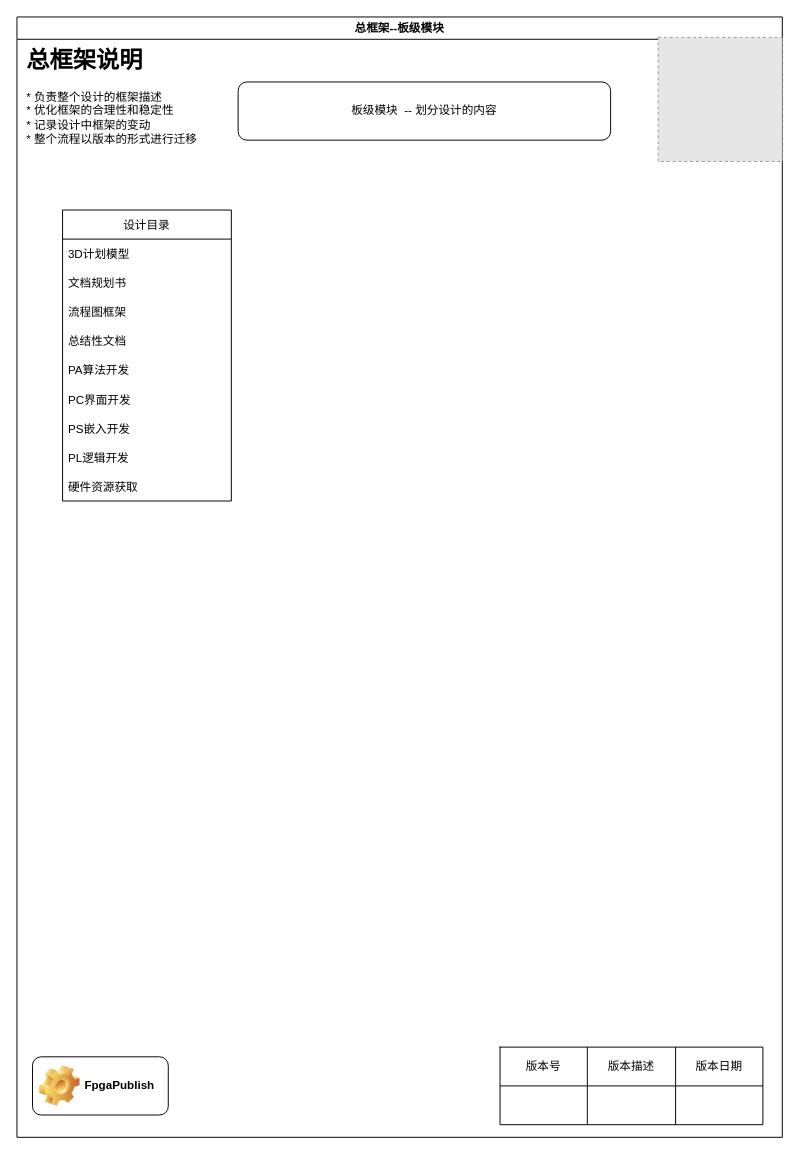
This is page "目录" (1 of 3) of smart_eye_uexec_flow/smart_eye_flow_manual.drawio from FpgaPublish/k2_smart_eye, a draw.io file, before an edit. Source tidied: cells renumbered, new cells numbered last; positions are measured from the earlier drawing's top-left corner, leaving out a move shared by most shapes. Both pictures are drawn from the tidied source at 97%, with x=0, y=0 at pixel (16, 16). Pictures stored in the file or linked from it are replaced by grey dashed boxes.
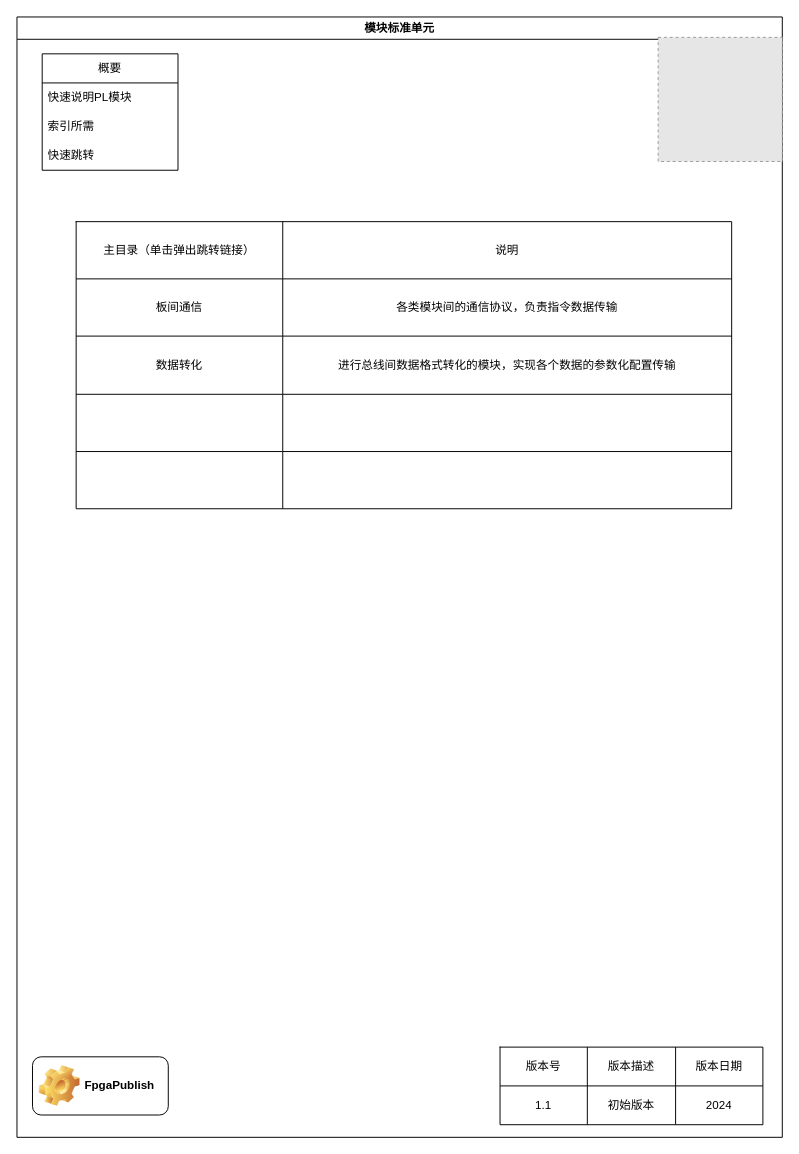
The same diagram, later.

The change refers to these unchanged cells:
```xml
<mxCell id="10" style="shape=tableRow;horizontal=0;startSize=0;swimlaneHead=0;swimlaneBody=0;top=0;left=0;bottom=0;right=0;fillColor=none;" parent="5" vertex="1">
  <mxGeometry y="40" width="271" height="40" as="geometry" />
</mxCell>
```

Change to the diagram source:
```diff
@@
-    <mxCell id="2" value="总框架--板级模块" style="swimlane;" parent="1" vertex="1">
+    <mxCell id="2" value="模块标准单元" style="swimlane;" parent="1" vertex="1">
       <mxGeometry width="789" height="1155" as="geometry" />
     </mxCell>
-    <mxCell id="3" value="&lt;h1&gt;总框架说明&lt;/h1&gt;&lt;div&gt;* 负责整个设计的框架描述&lt;/div&gt;&lt;div&gt;* 优化框架的合理性和稳定性&lt;/div&gt;&lt;div&gt;* 记录设计中框架的变动&lt;/div&gt;&lt;div&gt;* 整个流程以版本的形式进行迁移&lt;/div&gt;" style="text;html=1;strokeColor=none;fillColor=none;spacing=5;spacingTop=-20;whiteSpace=wrap;overflow=hidden;rounded=0;" parent="2" vertex="1">
-      <mxGeometry x="5" y="25" width="190" height="120" as="geometry" />
-    </mxCell>
@@
-    <mxCell id="11" style="shape=partialRectangle;html=1;whiteSpace=wrap;overflow=hidden;fillColor=none;top=0;left=0;bottom=0;right=0;" parent="10" vertex="1">
+    <mxCell id="11" value="1.1" style="shape=partialRectangle;html=1;whiteSpace=wrap;overflow=hidden;fillColor=none;top=0;left=0;bottom=0;right=0;" parent="10" vertex="1">
       <mxGeometry width="90" height="40" as="geometry" />
     </mxCell>
-    <mxCell id="12" style="shape=partialRectangle;html=1;whiteSpace=wrap;overflow=hidden;fillColor=none;top=0;left=0;bottom=0;right=0;" parent="10" vertex="1">
+    <mxCell id="12" value="初始版本" style="shape=partialRectangle;html=1;whiteSpace=wrap;overflow=hidden;fillColor=none;top=0;left=0;bottom=0;right=0;" parent="10" vertex="1">
       <mxGeometry x="90" width="91" height="40" as="geometry" />
     </mxCell>
-    <mxCell id="13" style="shape=partialRectangle;html=1;whiteSpace=wrap;overflow=hidden;fillColor=none;top=0;left=0;bottom=0;right=0;" parent="10" vertex="1">
+    <mxCell id="13" value="2024" style="shape=partialRectangle;html=1;whiteSpace=wrap;overflow=hidden;fillColor=none;top=0;left=0;bottom=0;right=0;" parent="10" vertex="1">
       <mxGeometry x="181" width="90" height="40" as="geometry" />
     </mxCell>
@@
-    <mxCell id="15" value="设计目录" style="swimlane;fontStyle=0;horizontal=1;startSize=30;" parent="2" vertex="1">
-      <mxGeometry x="47" y="199" width="174" height="300" as="geometry" />
-    </mxCell>
-    <mxCell id="16" value="3D计划模型" style="text;strokeColor=none;fillColor=none;align=left;verticalAlign=middle;spacingLeft=4;spacingRight=4;overflow=hidden;" parent="15" vertex="1">
-      <mxGeometry y="30" width="174" height="30" as="geometry" />
-    </mxCell>
-    <mxCell id="17" value="文档规划书" style="text;strokeColor=none;fillColor=none;align=left;verticalAlign=middle;spacingLeft=4;spacingRight=4;overflow=hidden;" parent="15" vertex="1">
-      <mxGeometry y="60" width="174" height="30" as="geometry" />
-    </mxCell>
-    <mxCell id="18" value="流程图框架" style="text;strokeColor=none;fillColor=none;align=left;verticalAlign=middle;spacingLeft=4;spacingRight=4;overflow=hidden;" parent="15" vertex="1">
-      <mxGeometry y="90" width="174" height="30" as="geometry" />
-    </mxCell>
-    <mxCell id="19" value="总结性文档" style="text;strokeColor=none;fillColor=none;align=left;verticalAlign=middle;spacingLeft=4;spacingRight=4;overflow=hidden;" parent="15" vertex="1">
-      <mxGeometry y="120" width="174" height="30" as="geometry" />
-    </mxCell>
-    <mxCell id="20" value="PA算法开发" style="text;strokeColor=none;fillColor=none;align=left;verticalAlign=middle;spacingLeft=4;spacingRight=4;overflow=hidden;" parent="15" vertex="1">
-      <mxGeometry y="150" width="174" height="30" as="geometry" />
-    </mxCell>
-    <mxCell id="21" value="PC界面开发" style="text;strokeColor=none;fillColor=none;align=left;verticalAlign=middle;spacingLeft=4;spacingRight=4;overflow=hidden;" parent="15" vertex="1">
-      <mxGeometry y="180" width="174" height="30" as="geometry" />
-    </mxCell>
-    <mxCell id="22" value="PS嵌入开发" style="text;strokeColor=none;fillColor=none;align=left;verticalAlign=middle;spacingLeft=4;spacingRight=4;overflow=hidden;" parent="15" vertex="1">
-      <mxGeometry y="210" width="174" height="30" as="geometry" />
-    </mxCell>
-    <mxCell id="23" value="PL逻辑开发" style="text;strokeColor=none;fillColor=none;align=left;verticalAlign=middle;spacingLeft=4;spacingRight=4;overflow=hidden;" parent="15" vertex="1">
-      <mxGeometry y="240" width="174" height="30" as="geometry" />
-    </mxCell>
-    <mxCell id="24" value="硬件资源获取" style="text;strokeColor=none;fillColor=none;align=left;verticalAlign=middle;spacingLeft=4;spacingRight=4;overflow=hidden;" parent="15" vertex="1">
-      <mxGeometry y="270" width="174" height="30" as="geometry" />
-    </mxCell>
-    <mxCell id="25" value="板级模块&amp;nbsp; -- 划分设计的内容" style="rounded=1;whiteSpace=wrap;html=1;" parent="2" vertex="1">
-      <mxGeometry x="228" y="67" width="384" height="60" as="geometry" />
-    </mxCell>
+    <mxCell id="26" value="概要" style="swimlane;fontStyle=0;horizontal=1;startSize=30;whiteSpace=wrap;html=1;" parent="2" vertex="1">
+      <mxGeometry x="26" y="38" width="140" height="120" as="geometry" />
+    </mxCell>
+    <mxCell id="27" value="快速说明PL模块" style="text;strokeColor=none;fillColor=none;align=left;verticalAlign=middle;spacingLeft=4;spacingRight=4;overflow=hidden;whiteSpace=wrap;html=1;" parent="26" vertex="1">
+      <mxGeometry y="30" width="140" height="30" as="geometry" />
+    </mxCell>
+    <mxCell id="28" value="索引所需" style="text;strokeColor=none;fillColor=none;align=left;verticalAlign=middle;spacingLeft=4;spacingRight=4;overflow=hidden;whiteSpace=wrap;html=1;" parent="26" vertex="1">
+      <mxGeometry y="60" width="140" height="30" as="geometry" />
+    </mxCell>
+    <mxCell id="29" value="快速跳转" style="text;strokeColor=none;fillColor=none;align=left;verticalAlign=middle;spacingLeft=4;spacingRight=4;overflow=hidden;whiteSpace=wrap;html=1;" parent="26" vertex="1">
+      <mxGeometry y="90" width="140" height="30" as="geometry" />
+    </mxCell>
+    <mxCell id="30" style="shape=table;startSize=0;childLayout=tableLayout;align=center;" parent="2" vertex="1">
+      <mxGeometry x="61" y="211" width="675.8" height="296" as="geometry" />
+    </mxCell>
+    <mxCell id="31" style="shape=tableRow;horizontal=0;startSize=0;swimlaneHead=0;swimlaneBody=0;strokeColor=inherit;top=0;left=0;bottom=0;right=0;fillColor=none;align=center;" parent="30" vertex="1">
+      <mxGeometry width="675.8" height="59" as="geometry" />
+    </mxCell>
+    <mxCell id="32" value="主目录（单击弹出跳转链接）" style="shape=partialRectangle;html=1;whiteSpace=wrap;strokeColor=inherit;overflow=hidden;fillColor=none;top=0;left=0;bottom=0;right=0;align=center;" parent="31" vertex="1">
+      <mxGeometry width="213" height="59" as="geometry" />
+    </mxCell>
+    <mxCell id="33" value="说明" style="shape=partialRectangle;html=1;whiteSpace=wrap;strokeColor=inherit;overflow=hidden;fillColor=none;top=0;left=0;bottom=0;right=0;align=center;" parent="31" vertex="1">
+      <mxGeometry x="213" width="463" height="59" as="geometry" />
+    </mxCell>
+    <mxCell id="34" style="shape=tableRow;horizontal=0;startSize=0;swimlaneHead=0;swimlaneBody=0;strokeColor=inherit;top=0;left=0;bottom=0;right=0;fillColor=none;align=center;" parent="30" vertex="1">
+      <mxGeometry y="59" width="675.8" height="59" as="geometry" />
+    </mxCell>
+    <mxCell id="35" value="板间通信" style="shape=partialRectangle;html=1;whiteSpace=wrap;strokeColor=inherit;overflow=hidden;fillColor=none;top=0;left=0;bottom=0;right=0;align=center;" parent="34" vertex="1">
+      <mxGeometry width="213" height="59" as="geometry" />
+    </mxCell>
+    <mxCell id="36" value="各类模块间的通信协议，负责指令数据传输" style="shape=partialRectangle;html=1;whiteSpace=wrap;strokeColor=inherit;overflow=hidden;fillColor=none;top=0;left=0;bottom=0;right=0;align=center;" parent="34" vertex="1">
+      <mxGeometry x="213" width="463" height="59" as="geometry" />
+    </mxCell>
+    <mxCell id="37" style="shape=tableRow;horizontal=0;startSize=0;swimlaneHead=0;swimlaneBody=0;strokeColor=inherit;top=0;left=0;bottom=0;right=0;fillColor=none;align=center;" parent="30" vertex="1">
+      <mxGeometry y="118" width="675.8" height="60" as="geometry" />
+    </mxCell>
+    <mxCell id="38" value="数据转化" style="shape=partialRectangle;html=1;whiteSpace=wrap;strokeColor=inherit;overflow=hidden;fillColor=none;top=0;left=0;bottom=0;right=0;align=center;" parent="37" vertex="1">
+      <mxGeometry width="213" height="60" as="geometry" />
+    </mxCell>
+    <mxCell id="39" value="进行总线间数据格式转化的模块，实现各个数据的参数化配置传输" style="shape=partialRectangle;html=1;whiteSpace=wrap;strokeColor=inherit;overflow=hidden;fillColor=none;top=0;left=0;bottom=0;right=0;align=center;" parent="37" vertex="1">
+      <mxGeometry x="213" width="463" height="60" as="geometry" />
+    </mxCell>
+    <mxCell id="40" style="shape=tableRow;horizontal=0;startSize=0;swimlaneHead=0;swimlaneBody=0;strokeColor=inherit;top=0;left=0;bottom=0;right=0;fillColor=none;align=center;" parent="30" vertex="1">
+      <mxGeometry y="178" width="675.8" height="59" as="geometry" />
+    </mxCell>
+    <mxCell id="41" style="shape=partialRectangle;html=1;whiteSpace=wrap;strokeColor=inherit;overflow=hidden;fillColor=none;top=0;left=0;bottom=0;right=0;align=center;" parent="40" vertex="1">
+      <mxGeometry width="213" height="59" as="geometry" />
+    </mxCell>
+    <mxCell id="42" style="shape=partialRectangle;html=1;whiteSpace=wrap;strokeColor=inherit;overflow=hidden;fillColor=none;top=0;left=0;bottom=0;right=0;align=center;" parent="40" vertex="1">
+      <mxGeometry x="213" width="463" height="59" as="geometry" />
+    </mxCell>
+    <mxCell id="43" style="shape=tableRow;horizontal=0;startSize=0;swimlaneHead=0;swimlaneBody=0;strokeColor=inherit;top=0;left=0;bottom=0;right=0;fillColor=none;align=center;" parent="30" vertex="1">
+      <mxGeometry y="237" width="675.8" height="59" as="geometry" />
+    </mxCell>
+    <mxCell id="44" style="shape=partialRectangle;html=1;whiteSpace=wrap;strokeColor=inherit;overflow=hidden;fillColor=none;top=0;left=0;bottom=0;right=0;align=center;" parent="43" vertex="1">
+      <mxGeometry width="213" height="59" as="geometry" />
+    </mxCell>
+    <mxCell id="45" style="shape=partialRectangle;html=1;whiteSpace=wrap;strokeColor=inherit;overflow=hidden;fillColor=none;top=0;left=0;bottom=0;right=0;align=center;" parent="43" vertex="1">
+      <mxGeometry x="213" width="463" height="59" as="geometry" />
+    </mxCell>
```
